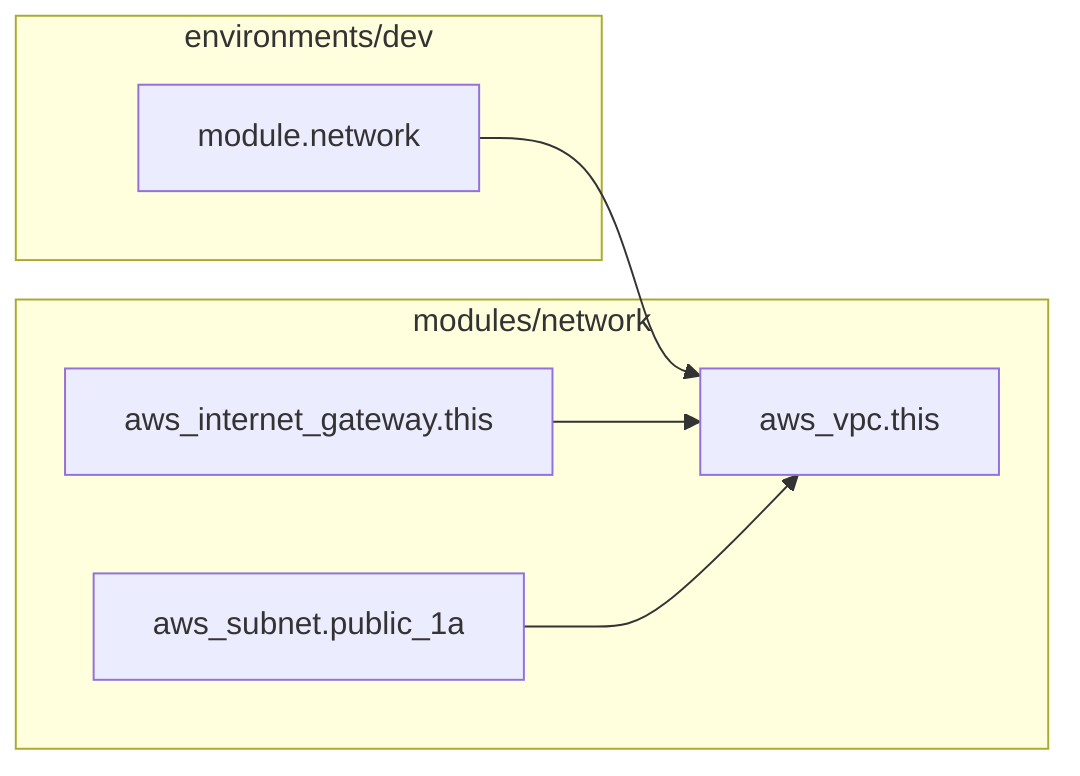
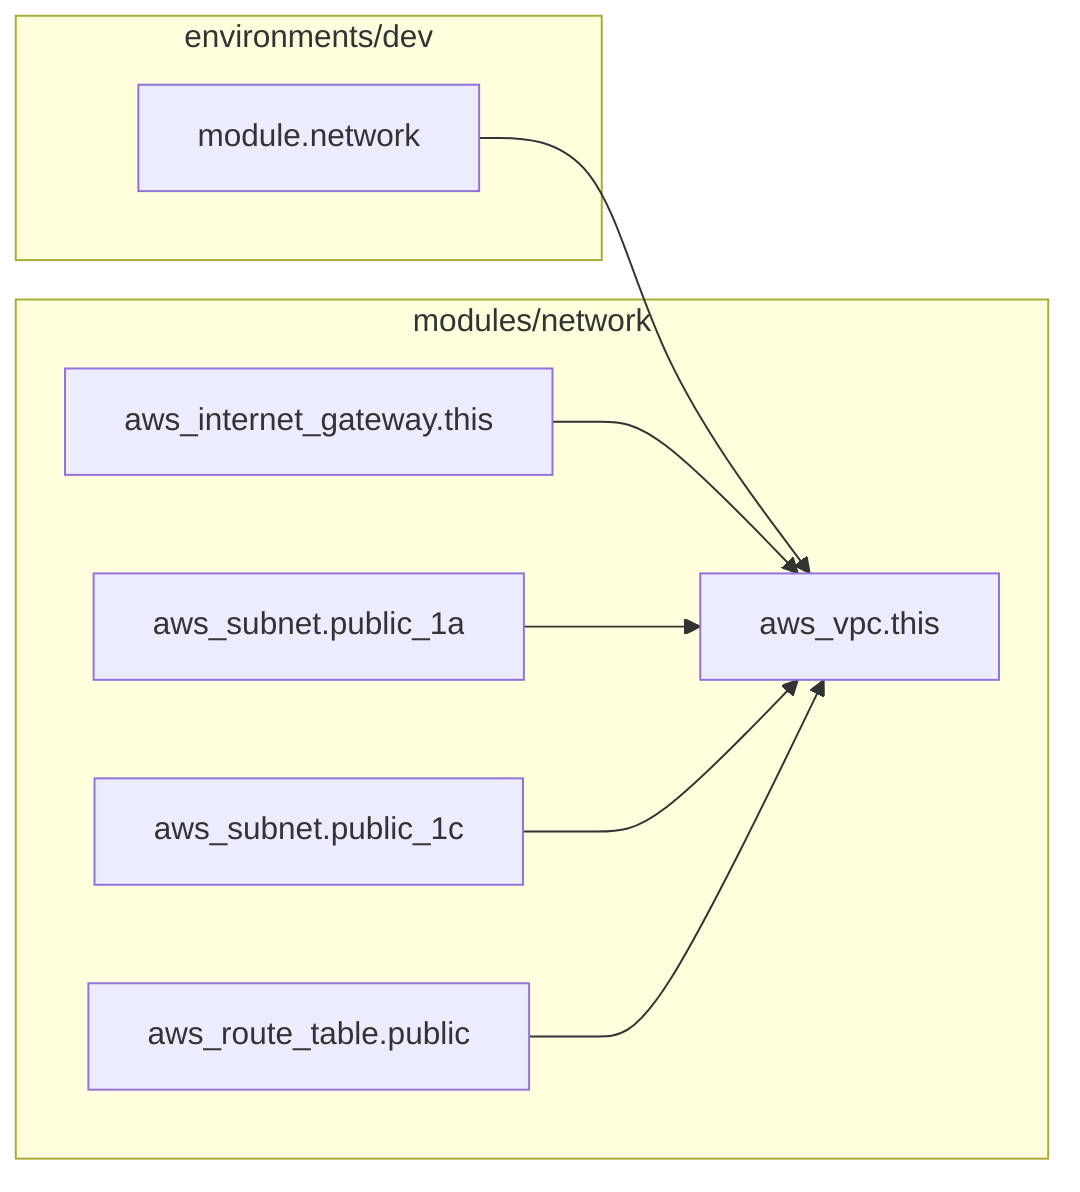
flowchart LR
  subgraph dev["environments/dev"]
    network_module["module.network"]
  end

  subgraph network["modules/network"]
    vpc["aws_vpc.this"]
    igw["aws_internet_gateway.this"]
    public_1a["aws_subnet.public_1a"]
+     public_1c["aws_subnet.public_1c"]
+     public_rt["aws_route_table.public"]
  end

  network_module --> vpc
  igw --> vpc
  public_1a --> vpc
+   public_1c --> vpc
+   public_rt --> vpc
